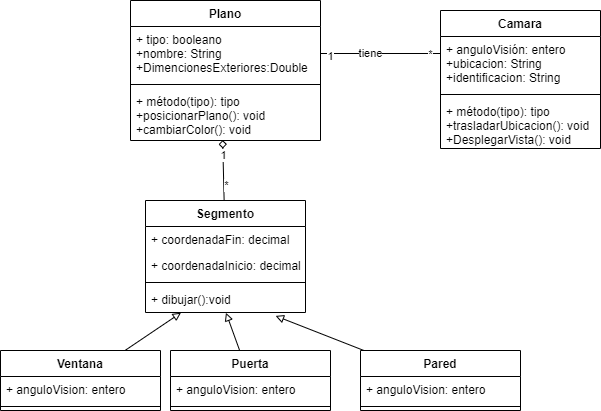
luisNarvaez20/Diagrama-de-Software keeps this draw.io diagram as Taller 1:Rediseño de diagrama de modelo.drawio.png. Above is the earlier version. Source tidied: cells renumbered, new cells last; positions are measured from the earlier drawing's top-left corner, leaving out a move shared by most shapes. The source it was exported from:
```xml
<mxGraphModel>
  <root>
    <mxCell id="0" />
    <mxCell id="1" parent="0" />
    <mxCell id="2" value="Plano" style="swimlane;fontStyle=1;align=center;verticalAlign=top;horizontal=1;startSize=26;" parent="1" vertex="1">
      <mxGeometry x="130" width="190" height="140" as="geometry" />
    </mxCell>
    <mxCell id="3" value="+ tipo: booleano&#10;+nombre: String&#10;+DimencionesExteriores:Double&#10;&#10;&#10;" style="text;strokeColor=none;fillColor=none;align=left;verticalAlign=top;spacingLeft=4;spacingRight=4;overflow=hidden;points=[[0,0.5],[1,0.5]];portConstraint=eastwest;" parent="2" vertex="1">
      <mxGeometry y="26" width="190" height="54" as="geometry" />
    </mxCell>
    <mxCell id="4" style="line;strokeWidth=1;fillColor=none;align=left;verticalAlign=middle;spacingTop=-1;spacingLeft=3;spacingRight=3;labelPosition=right;" parent="2" vertex="1">
      <mxGeometry y="80" width="190" height="8" as="geometry" />
    </mxCell>
    <mxCell id="5" value="+ método(tipo): tipo&#10;+posicionarPlano(): void&#10;+cambiarColor(): void&#10;" style="text;strokeColor=none;fillColor=none;align=left;verticalAlign=top;spacingLeft=4;spacingRight=4;overflow=hidden;points=[[0,0.5],[1,0.5]];portConstraint=eastwest;" parent="2" vertex="1">
      <mxGeometry y="88" width="190" height="52" as="geometry" />
    </mxCell>
    <mxCell id="6" style="edgeStyle=orthogonalEdgeStyle;rounded=0;jettySize=auto;html=1;entryX=0;entryY=0.5;entryDx=0;entryDy=0;endArrow=none;endFill=0;" parent="1" edge="1" source="3">
      <mxGeometry relative="1" as="geometry">
        <mxPoint x="440" y="53" as="targetPoint" />
      </mxGeometry>
    </mxCell>
    <mxCell id="7" value="1" style="edgeLabel;html=1;align=center;verticalAlign=middle;" parent="6" vertex="1">
      <mxGeometry x="-0.84" y="-2" relative="1" as="geometry" />
    </mxCell>
    <mxCell id="8" value="*" style="edgeLabel;html=1;align=center;verticalAlign=middle;" parent="6" vertex="1">
      <mxGeometry x="0.82" relative="1" as="geometry" />
    </mxCell>
    <mxCell id="9" value="tiene" style="edgeLabel;html=1;align=center;verticalAlign=middle;" parent="6" vertex="1">
      <mxGeometry x="-0.18" y="1" relative="1" as="geometry" />
    </mxCell>
    <mxCell id="10" style="rounded=0;jettySize=auto;html=1;entryX=0.485;entryY=0.992;entryDx=0;entryDy=0;entryPerimeter=0;endArrow=diamond;endFill=0;" parent="1" edge="1" source="13" target="5">
      <mxGeometry relative="1" as="geometry" />
    </mxCell>
    <mxCell id="11" value="1" style="edgeLabel;html=1;align=center;verticalAlign=middle;" parent="10" vertex="1">
      <mxGeometry x="0.53" relative="1" as="geometry" />
    </mxCell>
    <mxCell id="12" value="*" style="edgeLabel;html=1;align=center;verticalAlign=middle;" parent="10" vertex="1">
      <mxGeometry x="-0.51" y="-2" relative="1" as="geometry" />
    </mxCell>
    <mxCell id="13" value="Segmento" style="swimlane;fontStyle=1;align=center;verticalAlign=top;horizontal=1;startSize=26;" parent="1" vertex="1">
      <mxGeometry x="145" y="200" width="160" height="112" as="geometry" />
    </mxCell>
    <mxCell id="14" value="+ coordenadaFin: decimal" style="text;strokeColor=none;fillColor=none;align=left;verticalAlign=top;spacingLeft=4;spacingRight=4;overflow=hidden;" parent="13" vertex="1">
      <mxGeometry y="26" width="160" height="26" as="geometry" />
    </mxCell>
    <mxCell id="15" value="+ coordenadaInicio: decimal" style="text;strokeColor=none;fillColor=none;align=left;verticalAlign=top;spacingLeft=4;spacingRight=4;overflow=hidden;" parent="13" vertex="1">
      <mxGeometry y="52" width="160" height="26" as="geometry" />
    </mxCell>
    <mxCell id="16" style="line;strokeWidth=1;fillColor=none;align=left;verticalAlign=middle;spacingTop=-1;spacingLeft=3;spacingRight=3;labelPosition=right;" parent="13" vertex="1">
      <mxGeometry y="78" width="160" height="8" as="geometry" />
    </mxCell>
    <mxCell id="17" value="+ dibujar():void" style="text;strokeColor=none;fillColor=none;align=left;verticalAlign=top;spacingLeft=4;spacingRight=4;overflow=hidden;points=[[0,0.5],[1,0.5]];portConstraint=eastwest;" parent="13" vertex="1">
      <mxGeometry y="86" width="160" height="26" as="geometry" />
    </mxCell>
    <mxCell id="18" style="edgeStyle=none;rounded=0;jettySize=auto;html=1;endArrow=block;endFill=0;entryX=0.222;entryY=1.008;entryDx=0;entryDy=0;entryPerimeter=0;" parent="1" edge="1" source="19" target="17">
      <mxGeometry relative="1" as="geometry" />
    </mxCell>
    <mxCell id="19" value="Ventana" style="swimlane;fontStyle=1;align=center;verticalAlign=top;horizontal=1;startSize=26;" parent="1" vertex="1">
      <mxGeometry y="350" width="160" height="60" as="geometry" />
    </mxCell>
    <mxCell id="20" value="+ anguloVision: entero" style="text;strokeColor=none;fillColor=none;align=left;verticalAlign=top;spacingLeft=4;spacingRight=4;overflow=hidden;" parent="19" vertex="1">
      <mxGeometry y="26" width="160" height="26" as="geometry" />
    </mxCell>
    <mxCell id="21" style="line;strokeWidth=1;fillColor=none;align=left;verticalAlign=middle;spacingTop=-1;spacingLeft=3;spacingRight=3;labelPosition=right;" parent="19" vertex="1">
      <mxGeometry y="52" width="160" height="8" as="geometry" />
    </mxCell>
    <mxCell id="22" style="edgeStyle=none;rounded=0;jettySize=auto;html=1;entryX=0.503;entryY=1.008;entryDx=0;entryDy=0;entryPerimeter=0;endArrow=block;endFill=0;" parent="1" edge="1" source="23" target="17">
      <mxGeometry relative="1" as="geometry" />
    </mxCell>
    <mxCell id="23" value="Puerta" style="swimlane;fontStyle=1;align=center;verticalAlign=top;horizontal=1;startSize=26;" parent="1" vertex="1">
      <mxGeometry x="170" y="350" width="160" height="60" as="geometry" />
    </mxCell>
    <mxCell id="24" value="+ anguloVision: entero" style="text;strokeColor=none;fillColor=none;align=left;verticalAlign=top;spacingLeft=4;spacingRight=4;overflow=hidden;" parent="23" vertex="1">
      <mxGeometry y="26" width="160" height="26" as="geometry" />
    </mxCell>
    <mxCell id="25" style="line;strokeWidth=1;fillColor=none;align=left;verticalAlign=middle;spacingTop=-1;spacingLeft=3;spacingRight=3;labelPosition=right;" parent="23" vertex="1">
      <mxGeometry y="52" width="160" height="8" as="geometry" />
    </mxCell>
    <mxCell id="26" style="edgeStyle=none;rounded=0;jettySize=auto;html=1;endArrow=block;endFill=0;entryX=0.813;entryY=1.131;entryDx=0;entryDy=0;entryPerimeter=0;" parent="1" edge="1" source="27" target="17">
      <mxGeometry relative="1" as="geometry" />
    </mxCell>
    <mxCell id="27" value="Pared" style="swimlane;fontStyle=1;align=center;verticalAlign=top;horizontal=1;startSize=26;" parent="1" vertex="1">
      <mxGeometry x="360" y="350" width="160" height="60" as="geometry" />
    </mxCell>
    <mxCell id="28" value="+ anguloVision: entero" style="text;strokeColor=none;fillColor=none;align=left;verticalAlign=top;spacingLeft=4;spacingRight=4;overflow=hidden;" parent="27" vertex="1">
      <mxGeometry y="26" width="160" height="26" as="geometry" />
    </mxCell>
    <mxCell id="29" style="line;strokeWidth=1;fillColor=none;align=left;verticalAlign=middle;spacingTop=-1;spacingLeft=3;spacingRight=3;labelPosition=right;" parent="27" vertex="1">
      <mxGeometry y="52" width="160" height="8" as="geometry" />
    </mxCell>
    <mxCell id="30" value="Camara" style="swimlane;fontStyle=1;align=center;verticalAlign=top;horizontal=1;startSize=26;" parent="1" vertex="1">
      <mxGeometry x="440" y="10" width="160" height="138" as="geometry" />
    </mxCell>
    <mxCell id="31" value="+ anguloVisión: entero&#10;+ubicacion: String&#10;+identificacion: String&#10;&#10;" style="text;strokeColor=none;fillColor=none;align=left;verticalAlign=top;spacingLeft=4;spacingRight=4;overflow=hidden;" parent="30" vertex="1">
      <mxGeometry y="26" width="160" height="54" as="geometry" />
    </mxCell>
    <mxCell id="32" style="line;strokeWidth=1;fillColor=none;align=left;verticalAlign=middle;spacingTop=-1;spacingLeft=3;spacingRight=3;labelPosition=right;" parent="30" vertex="1">
      <mxGeometry y="80" width="160" height="8" as="geometry" />
    </mxCell>
    <mxCell id="33" value="+ método(tipo): tipo &#10;+trasladarUbicacion(): void &#10;+DesplegarVista(): void&#10;" style="text;strokeColor=none;fillColor=none;align=left;verticalAlign=top;spacingLeft=4;spacingRight=4;overflow=hidden;" parent="30" vertex="1">
      <mxGeometry y="88" width="160" height="50" as="geometry" />
    </mxCell>
  </root>
</mxGraphModel>
```
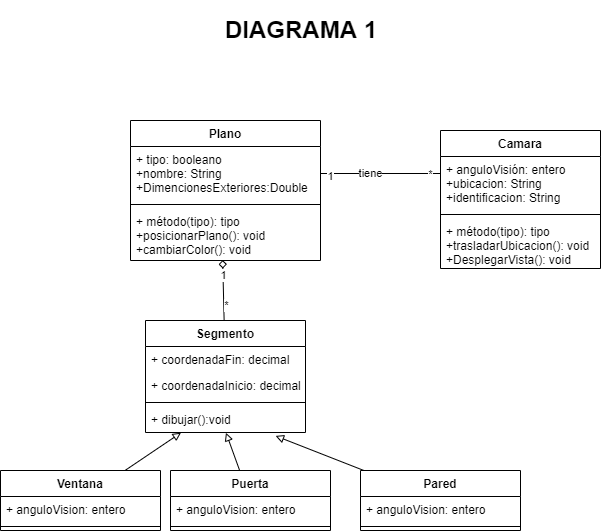
After the commit.

What changed in the source:
```diff
@@ -100,5 +100,8 @@
     <mxCell id="33" value="+ método(tipo): tipo &#10;+trasladarUbicacion(): void &#10;+DesplegarVista(): void&#10;" style="text;strokeColor=none;fillColor=none;align=left;verticalAlign=top;spacingLeft=4;spacingRight=4;overflow=hidden;" parent="30" vertex="1">
       <mxGeometry y="88" width="160" height="50" as="geometry" />
     </mxCell>
+    <mxCell id="34" value="&lt;h1&gt;DIAGRAMA 1&lt;/h1&gt;" style="text;html=1;strokeColor=none;fillColor=none;spacing=5;spacingTop=-20;whiteSpace=wrap;overflow=hidden;rounded=0;" parent="1" vertex="1">
+      <mxGeometry x="220" y="-110" width="350" height="60" as="geometry" />
+    </mxCell>
   </root>
 </mxGraphModel>
```
